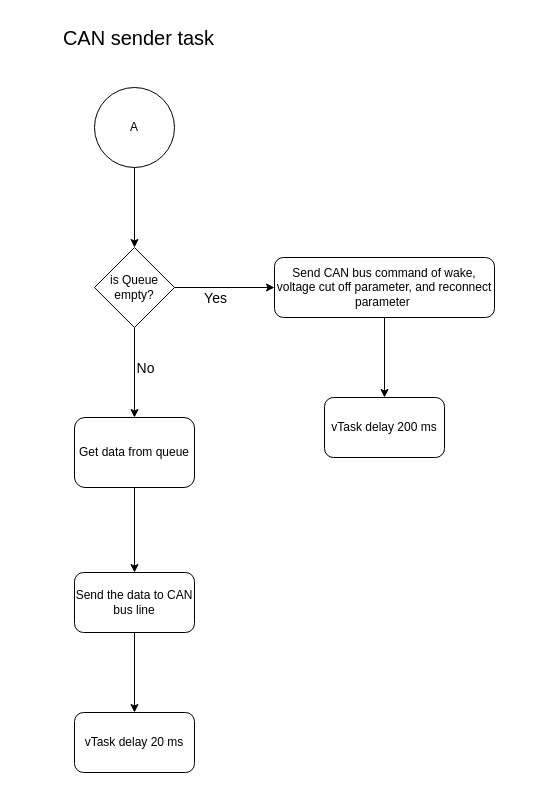
Before: can sender task.drawio in thomsardi/stm32-lvd, a draw.io diagram. Source tidied: cells renumbered, new cells numbered last; positions are measured from the earlier drawing's top-left corner, leaving out a move shared by most shapes. Both pictures are drawn from the tidied source at 100%, with x=0, y=0 at pixel (53, 17).
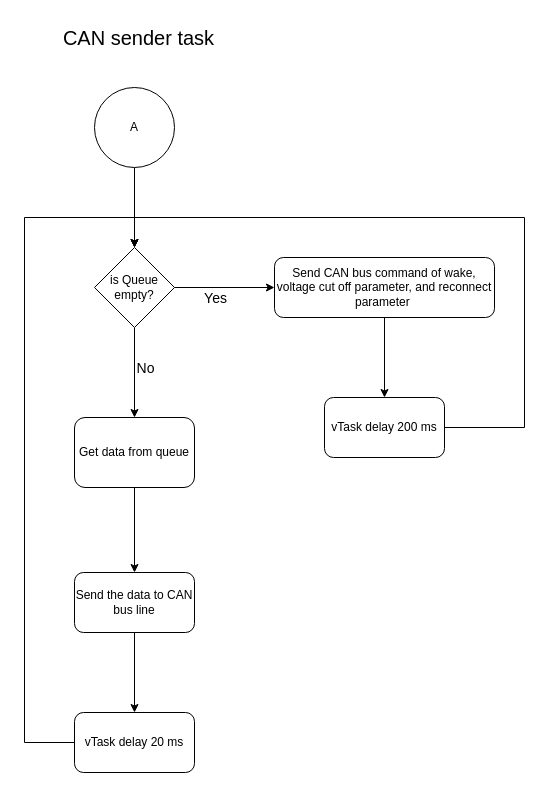
The same page after the edit.

Unchanged cells that the change refers to:
```xml
<mxCell id="9" value="is Queue empty?" style="rhombus;whiteSpace=wrap;html=1;" parent="1" vertex="1">
  <mxGeometry x="41" y="230" width="80" height="80" as="geometry" />
</mxCell>
<mxCell id="16" value="vTask delay 20 ms" style="rounded=1;whiteSpace=wrap;html=1;" parent="1" vertex="1">
  <mxGeometry x="21" y="695" width="120" height="60" as="geometry" />
</mxCell>
<mxCell id="17" value="vTask delay 200 ms" style="rounded=1;whiteSpace=wrap;html=1;" parent="1" vertex="1">
  <mxGeometry x="271" y="380" width="120" height="60" as="geometry" />
</mxCell>
```

What changed in the source:
```diff
@@
+    <mxCell id="18" style="edgeStyle=orthogonalEdgeStyle;rounded=0;jettySize=auto;html=1;entryX=0.5;entryY=0;entryDx=0;entryDy=0;" parent="1" edge="1" source="16" target="9">
+      <mxGeometry relative="1" as="geometry">
+        <Array as="points">
+          <mxPoint x="-29" y="725" />
+          <mxPoint x="-29" y="200" />
+          <mxPoint x="81" y="200" />
+        </Array>
+      </mxGeometry>
+    </mxCell>
@@
+    <mxCell id="19" style="edgeStyle=orthogonalEdgeStyle;rounded=0;jettySize=auto;html=1;entryX=0.5;entryY=0;entryDx=0;entryDy=0;" parent="1" edge="1" source="17" target="9">
+      <mxGeometry relative="1" as="geometry">
+        <Array as="points">
+          <mxPoint x="471" y="410" />
+          <mxPoint x="471" y="200" />
+          <mxPoint x="81" y="200" />
+        </Array>
+      </mxGeometry>
+    </mxCell>
```
